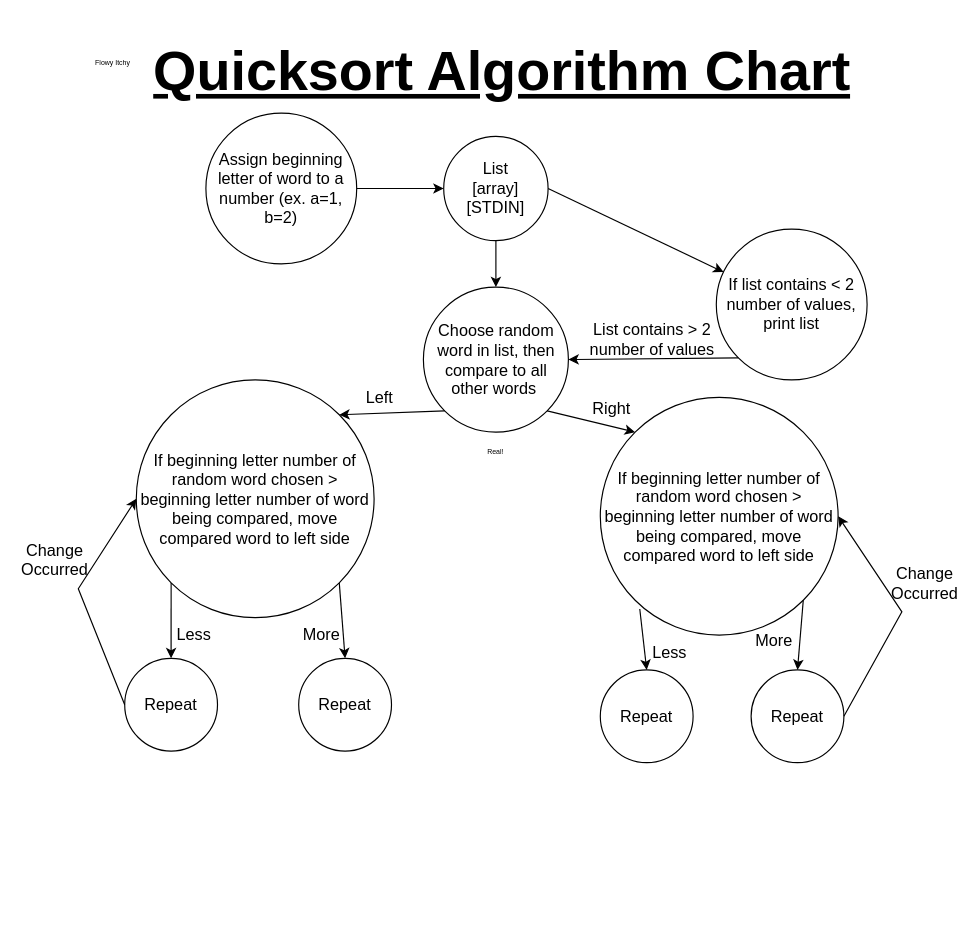
The draw.io diagram Quicksort Flowchart.drawio in Fangedan/Digital-Journal, before the edit. Source tidied: cells renumbered, new cells numbered last; positions are measured from the earlier drawing's top-left corner, leaving out a move shared by most shapes. Both pictures are drawn from the tidied source at 116%, with x=0, y=0 at pixel (20, 31).
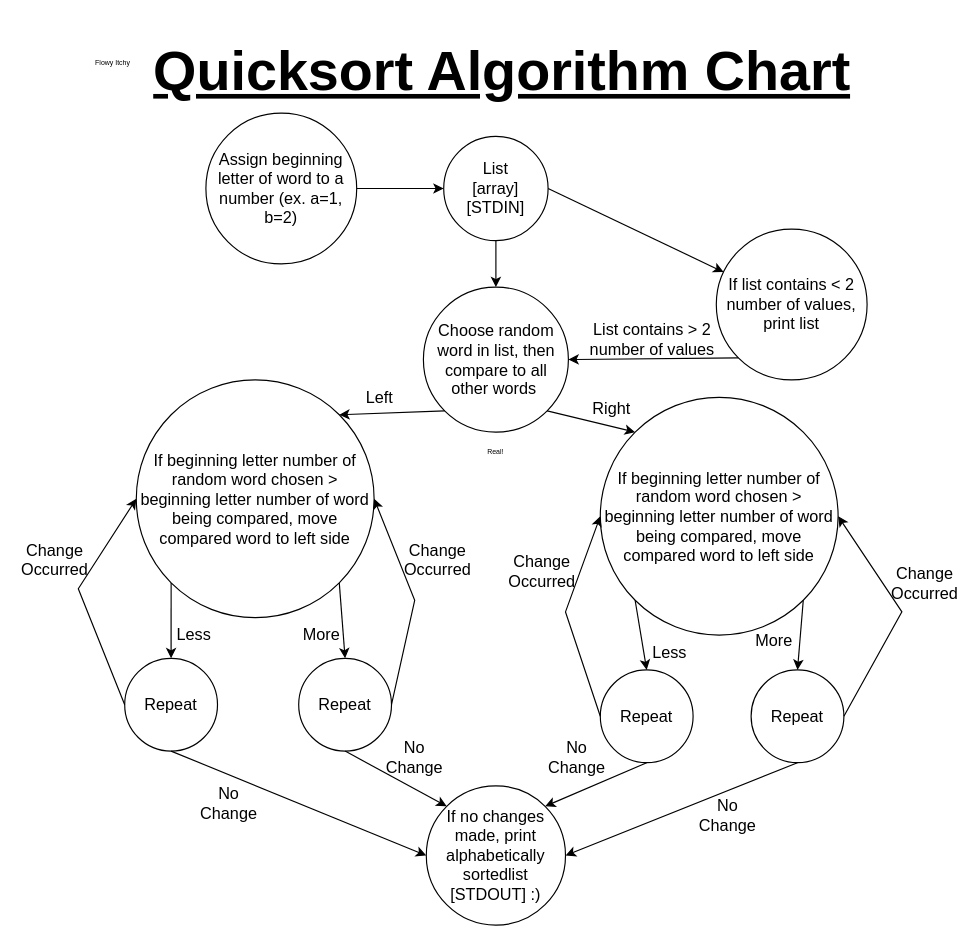
After the change.

Unchanged cells that the change refers to:
```xml
<mxCell id="10" value="If beginning letter number of random word chosen &amp;gt; beginning letter number of word being compared, move compared word to left side" style="ellipse;whiteSpace=wrap;html=1;fontSize=14;" parent="1" vertex="1">
  <mxGeometry x="100" y="300" width="205" height="205" as="geometry" />
</mxCell>
<mxCell id="17" value="If beginning letter number of random word chosen &amp;gt; beginning letter number of word being compared, move compared word to left side" style="ellipse;whiteSpace=wrap;html=1;fontSize=14;" parent="1" vertex="1">
  <mxGeometry x="500" y="315" width="205" height="205" as="geometry" />
</mxCell>
<mxCell id="20" value="Repeat" style="ellipse;whiteSpace=wrap;html=1;fontSize=14;" parent="1" vertex="1">
  <mxGeometry x="240" y="540" width="80" height="80" as="geometry" />
</mxCell>
<mxCell id="21" value="Repeat" style="ellipse;whiteSpace=wrap;html=1;fontSize=14;" parent="1" vertex="1">
  <mxGeometry x="90" y="540" width="80" height="80" as="geometry" />
</mxCell>
<mxCell id="22" value="Repeat" style="ellipse;whiteSpace=wrap;html=1;fontSize=14;" parent="1" vertex="1">
  <mxGeometry x="500" y="550" width="80" height="80" as="geometry" />
</mxCell>
<mxCell id="23" value="Repeat" style="ellipse;whiteSpace=wrap;html=1;fontSize=14;" parent="1" vertex="1">
  <mxGeometry x="630" y="550" width="80" height="80" as="geometry" />
</mxCell>
```

The edit, as a diff of the source:
```diff
@@
-    <mxCell id="26" style="endArrow=classic;html=1;rounded=0;fontSize=14;exitX=0.166;exitY=0.89;exitDx=0;exitDy=0;exitPerimeter=0;entryX=0.5;entryY=0;entryDx=0;entryDy=0;" parent="1" edge="1" source="17" target="22">
+    <mxCell id="26" style="endArrow=classic;html=1;rounded=0;fontSize=14;exitX=0;exitY=1;exitDx=0;exitDy=0;entryX=0.5;entryY=0;entryDx=0;entryDy=0;" parent="1" edge="1" source="17" target="22">
       <mxGeometry relative="1" as="geometry" />
     </mxCell>
@@
+    <mxCell id="36" style="endArrow=classic;html=1;rounded=0;fontSize=14;exitX=1;exitY=0.5;exitDx=0;exitDy=0;entryX=1;entryY=0.5;entryDx=0;entryDy=0;" parent="1" edge="1" source="20" target="10">
+      <mxGeometry relative="1" as="geometry">
+        <Array as="points">
+          <mxPoint x="340" y="490" />
+        </Array>
+      </mxGeometry>
+    </mxCell>
+    <mxCell id="37" value="Change Occurred" style="text;html=1;strokeColor=none;fillColor=none;align=center;verticalAlign=middle;whiteSpace=wrap;rounded=0;fontSize=14;" parent="1" vertex="1">
+      <mxGeometry x="330" y="440" width="60" height="30" as="geometry" />
+    </mxCell>
+    <mxCell id="38" style="endArrow=classic;html=1;rounded=0;fontSize=14;exitX=0;exitY=0.5;exitDx=0;exitDy=0;entryX=0;entryY=0.5;entryDx=0;entryDy=0;" parent="1" edge="1" source="22" target="17">
+      <mxGeometry relative="1" as="geometry">
+        <Array as="points">
+          <mxPoint x="470" y="500" />
+        </Array>
+      </mxGeometry>
+    </mxCell>
+    <mxCell id="39" value="Change Occurred" style="text;html=1;strokeColor=none;fillColor=none;align=center;verticalAlign=middle;whiteSpace=wrap;rounded=0;fontSize=14;" parent="1" vertex="1">
+      <mxGeometry x="420" y="450" width="60" height="30" as="geometry" />
+    </mxCell>
+    <mxCell id="40" value="If no changes made, print alphabetically sortedlist [STDOUT] :)" style="ellipse;whiteSpace=wrap;html=1;fontSize=14;" parent="1" vertex="1">
+      <mxGeometry x="350" y="650" width="120" height="120" as="geometry" />
+    </mxCell>
+    <mxCell id="41" style="endArrow=classic;html=1;rounded=0;fontSize=14;exitX=0.5;exitY=1;exitDx=0;exitDy=0;entryX=0;entryY=0;entryDx=0;entryDy=0;" parent="1" edge="1" source="20" target="40">
+      <mxGeometry relative="1" as="geometry" />
+    </mxCell>
+    <mxCell id="42" style="endArrow=classic;html=1;rounded=0;fontSize=14;exitX=0.5;exitY=1;exitDx=0;exitDy=0;entryX=0;entryY=0.5;entryDx=0;entryDy=0;" parent="1" edge="1" source="21" target="40">
+      <mxGeometry relative="1" as="geometry" />
+    </mxCell>
+    <mxCell id="43" style="endArrow=classic;html=1;rounded=0;fontSize=14;exitX=0.5;exitY=1;exitDx=0;exitDy=0;entryX=1;entryY=0;entryDx=0;entryDy=0;" parent="1" edge="1" source="22" target="40">
+      <mxGeometry relative="1" as="geometry" />
+    </mxCell>
+    <mxCell id="44" style="endArrow=classic;html=1;rounded=0;fontSize=14;exitX=0.5;exitY=1;exitDx=0;exitDy=0;entryX=1;entryY=0.5;entryDx=0;entryDy=0;" parent="1" edge="1" source="23" target="40">
+      <mxGeometry relative="1" as="geometry" />
+    </mxCell>
+    <mxCell id="45" value="No Change" style="text;html=1;strokeColor=none;fillColor=none;align=center;verticalAlign=middle;whiteSpace=wrap;rounded=0;fontSize=14;" parent="1" vertex="1">
+      <mxGeometry x="310" y="610" width="60" height="30" as="geometry" />
+    </mxCell>
+    <mxCell id="46" value="No Change" style="text;html=1;strokeColor=none;fillColor=none;align=center;verticalAlign=middle;whiteSpace=wrap;rounded=0;fontSize=14;" parent="1" vertex="1">
+      <mxGeometry x="450" y="610" width="60" height="30" as="geometry" />
+    </mxCell>
+    <mxCell id="47" value="No Change" style="text;html=1;strokeColor=none;fillColor=none;align=center;verticalAlign=middle;whiteSpace=wrap;rounded=0;fontSize=14;" parent="1" vertex="1">
+      <mxGeometry x="150" y="650" width="60" height="30" as="geometry" />
+    </mxCell>
+    <mxCell id="48" value="No Change" style="text;html=1;strokeColor=none;fillColor=none;align=center;verticalAlign=middle;whiteSpace=wrap;rounded=0;fontSize=14;" parent="1" vertex="1">
+      <mxGeometry x="580" y="660" width="60" height="30" as="geometry" />
+    </mxCell>
```
